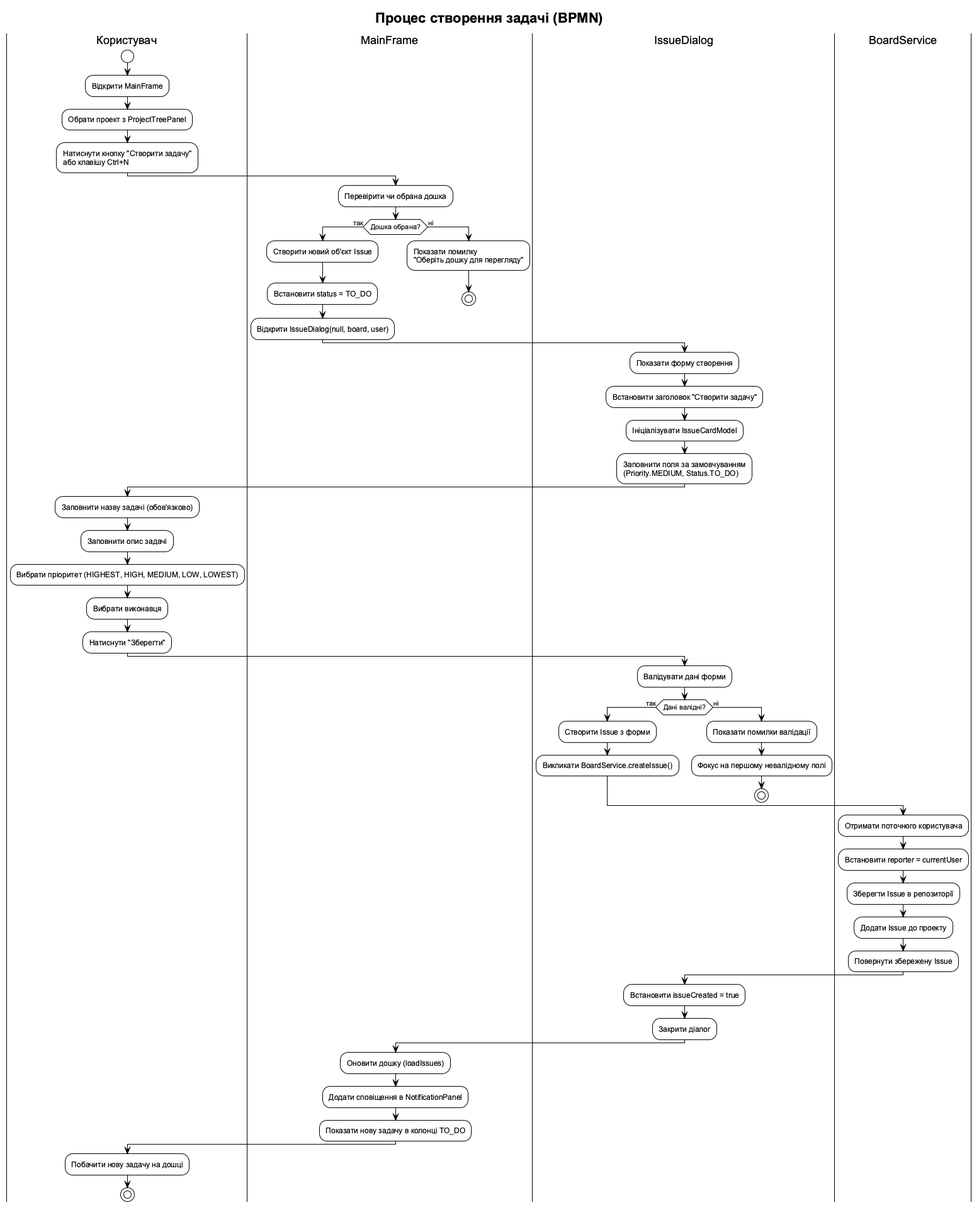
Before: UML/bpmn_create_issue.png, a diagram exported from PlantUML (trubchinin/jira-light).
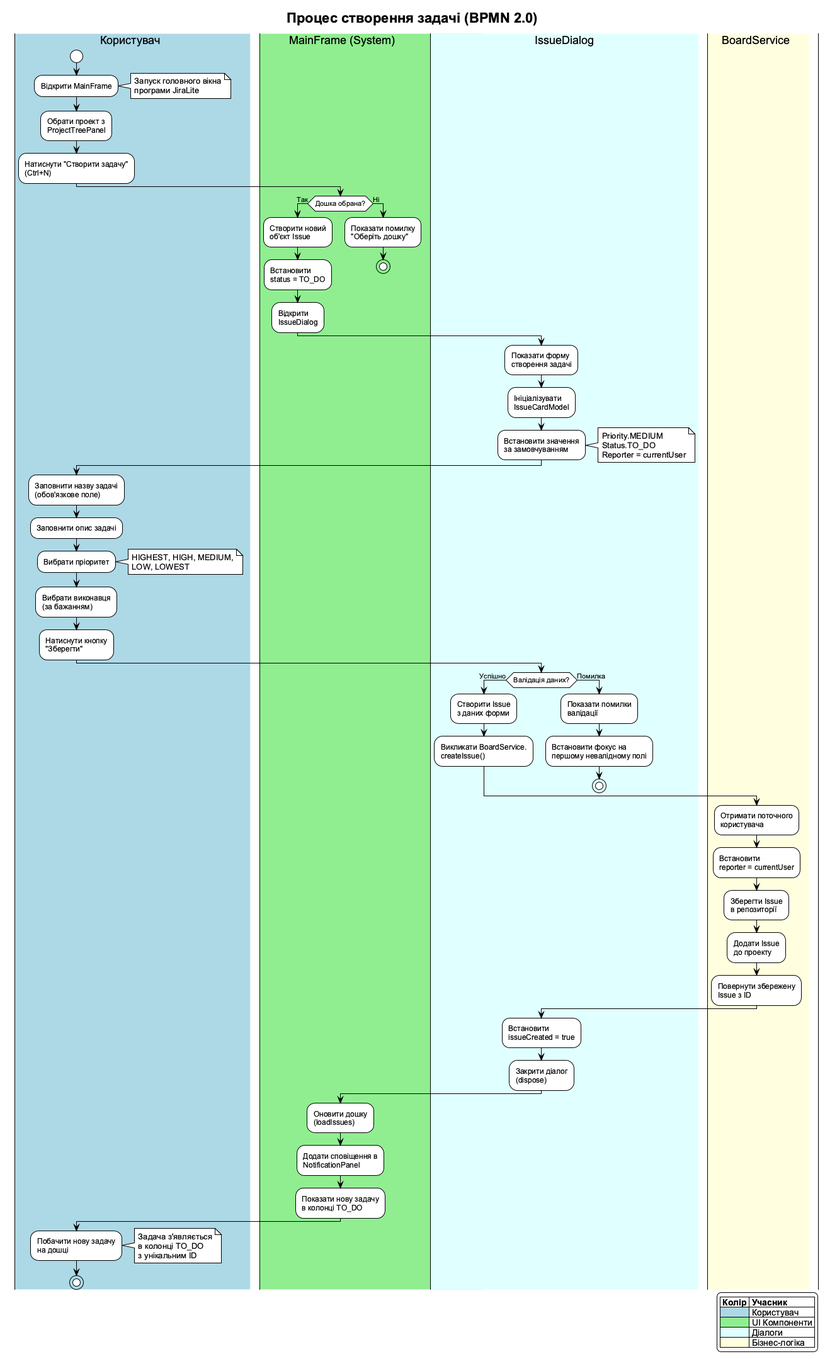
Later version of the same file.

Commit message:
Перероблено BPMN діаграму в стилі Bizagi Modeler

- Додано кольорові swimlanes для різних учасників процесу
- Використано BPMN 2.0 нотацію з професійним виглядом
- Додано детальні заметки для ключових етапів
- Створено легенду з кольоровим кодуванням
- Поліпшено читабельність та структуру діаграми
- Діаграма тепер виглядає як створена в Bizagi Modeler

What changed in the source:
```diff
@@ -2,68 +2,92 @@
 !theme plain
 skinparam backgroundColor white
 skinparam defaultFontName Arial
+skinparam swimlaneWidth same
 
-title Процес створення задачі (BPMN)
+title Процес створення задачі (BPMN 2.0)
 
-|Користувач|
+|#LightBlue|Користувач|
 start
 :Відкрити MainFrame;
-:Обрати проект з ProjectTreePanel;
-:Натиснути кнопку "Створити задачу"\nабо клавішу Ctrl+N;
+note right
+  Запуск головного вікна
+  програми JiraLite
+end note
+:Обрати проект з\nProjectTreePanel;
+:Натиснути "Створити задачу"\n(Ctrl+N);
 
-|MainFrame|
-:Перевірити чи обрана дошка;
-if (Дошка обрана?) then (так)
-  :Створити новий об'єкт Issue;
-  :Встановити status = TO_DO;
-  :Відкрити IssueDialog(null, board, user);
-else (ні)
-  :Показати помилку\n"Оберіть дошку для перегляду";
+|#LightGreen|MainFrame (System)|
+if (Дошка обрана?) then (Так)
+  :Створити новий\nоб'єкт Issue;
+  :Встановити\nstatus = TO_DO;
+  :Відкрити\nIssueDialog;
+else (Ні)
+  :Показати помилку\n"Оберіть дошку";
   stop
 endif
 
-|IssueDialog|
-:Показати форму створення;
-:Встановити заголовок "Створити задачу";
-:Ініціалізувати IssueCardModel;
-:Заповнити поля за замовчуванням\n(Priority.MEDIUM, Status.TO_DO);
+|#LightCyan|IssueDialog|
+:Показати форму\nстворення задачі;
+:Ініціалізувати\nIssueCardModel;
+:Встановити значення\nза замовчуванням;
+note right
+  Priority.MEDIUM
+  Status.TO_DO
+  Reporter = currentUser
+end note
 
-|Користувач|
-:Заповнити назву задачі (обов'язково);
+|#LightBlue|Користувач|
+:Заповнити назву задачі\n(обов'язкове поле);
 :Заповнити опис задачі;
-:Вибрати пріоритет (HIGHEST, HIGH, MEDIUM, LOW, LOWEST);
-:Вибрати виконавця;
-:Натиснути "Зберегти";
+:Вибрати пріоритет;
+note right
+  HIGHEST, HIGH, MEDIUM,
+  LOW, LOWEST
+end note
+:Вибрати виконавця\n(за бажанням);
+:Натиснути кнопку\n"Зберегти";
 
-|IssueDialog|
-:Валідувати дані форми;
-if (Дані валідні?) then (так)
-  :Створити Issue з форми;
-  :Викликати BoardService.createIssue();
-else (ні)
-  :Показати помилки валідації;
-  :Фокус на першому невалідному полі;
+|#LightCyan|IssueDialog|
+if (Валідація даних?) then (Успішно)
+  :Створити Issue\nз даних форми;
+  :Викликати BoardService.\ncreateIssue();
+else (Помилка)
+  :Показати помилки\nвалідації;
+  :Встановити фокус на\nпершому невалідному полі;
   stop
 endif
 
-|BoardService|
-:Отримати поточного користувача;
-:Встановити reporter = currentUser;
-:Зберегти Issue в репозиторії;
-:Додати Issue до проекту;
-:Повернути збережену Issue;
+|#LightYellow|BoardService|
+:Отримати поточного\nкористувача;
+:Встановити\nreporter = currentUser;
+:Зберегти Issue\nв репозиторії;
+:Додати Issue\nдо проекту;
+:Повернути збережену\nIssue з ID;
 
-|IssueDialog|
-:Встановити issueCreated = true;
-:Закрити діалог;
+|#LightCyan|IssueDialog|
+:Встановити\nissueCreated = true;
+:Закрити діалог\n(dispose);
 
-|MainFrame|
-:Оновити дошку (loadIssues);
-:Додати сповіщення в NotificationPanel;
-:Показати нову задачу в колонці TO_DO;
+|#LightGreen|MainFrame (System)|
+:Оновити дошку\n(loadIssues);
+:Додати сповіщення в\nNotificationPanel;
+:Показати нову задачу\nв колонці TO_DO;
 
-|Користувач|
-:Побачити нову задачу на дошці;
+|#LightBlue|Користувач|
+:Побачити нову задачу\nна дошці;
+note right
+  Задача з'являється
+  в колонці TO_DO
+  з унікальним ID
+end note
 stop
 
+legend right
+  |= Колір |= Учасник |
+  |<#LightBlue>| Користувач |
+  |<#LightGreen>| UI Компоненти |
+  |<#LightCyan>| Діалоги |
+  |<#LightYellow>| Бізнес-логіка |
+endlegend
+
 @enduml
```
